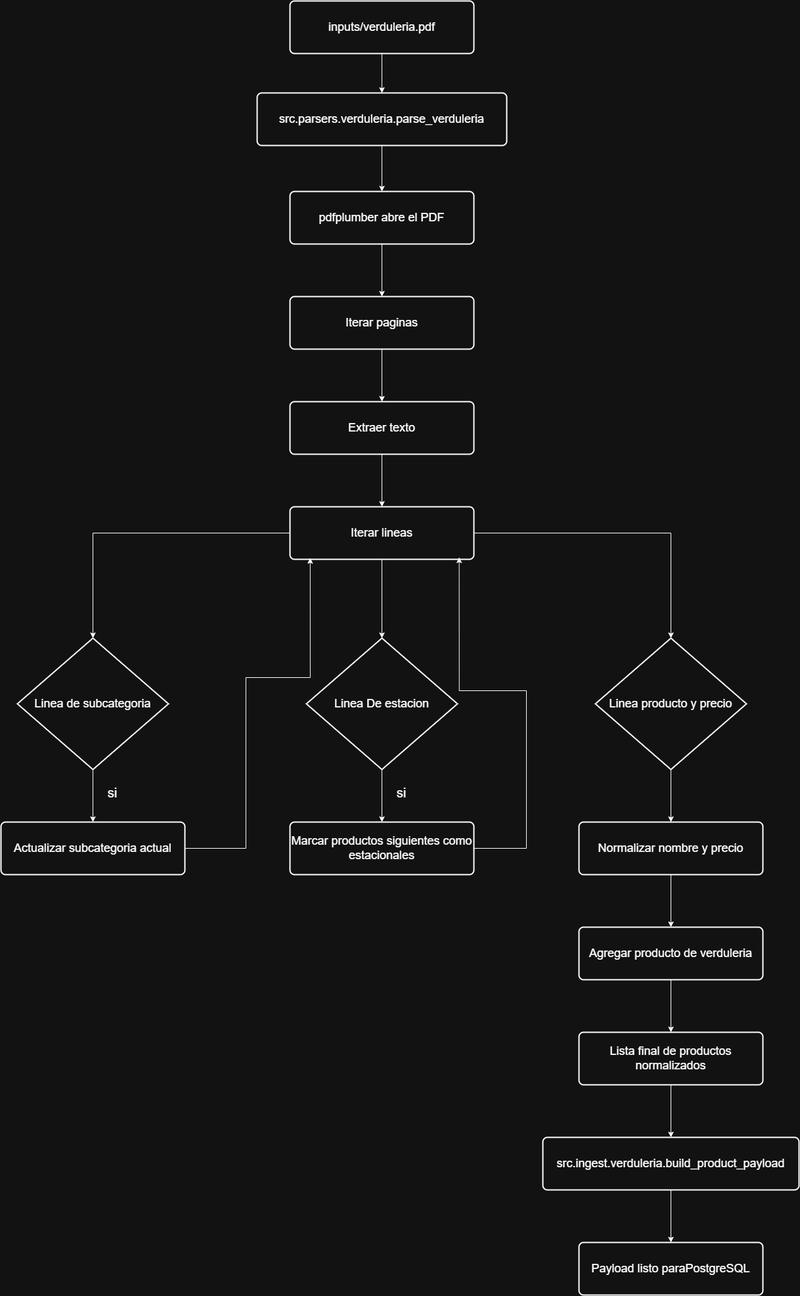
Before: docs/diagrama-de-flujo-verduleria.png, a diagram exported from draw.io (nicolasfoster82/WNS-instancia-evaluativa). Source tidied: cells renumbered, new cells last; positions are measured from the earlier drawing's top-left corner, leaving out a move shared by most shapes.
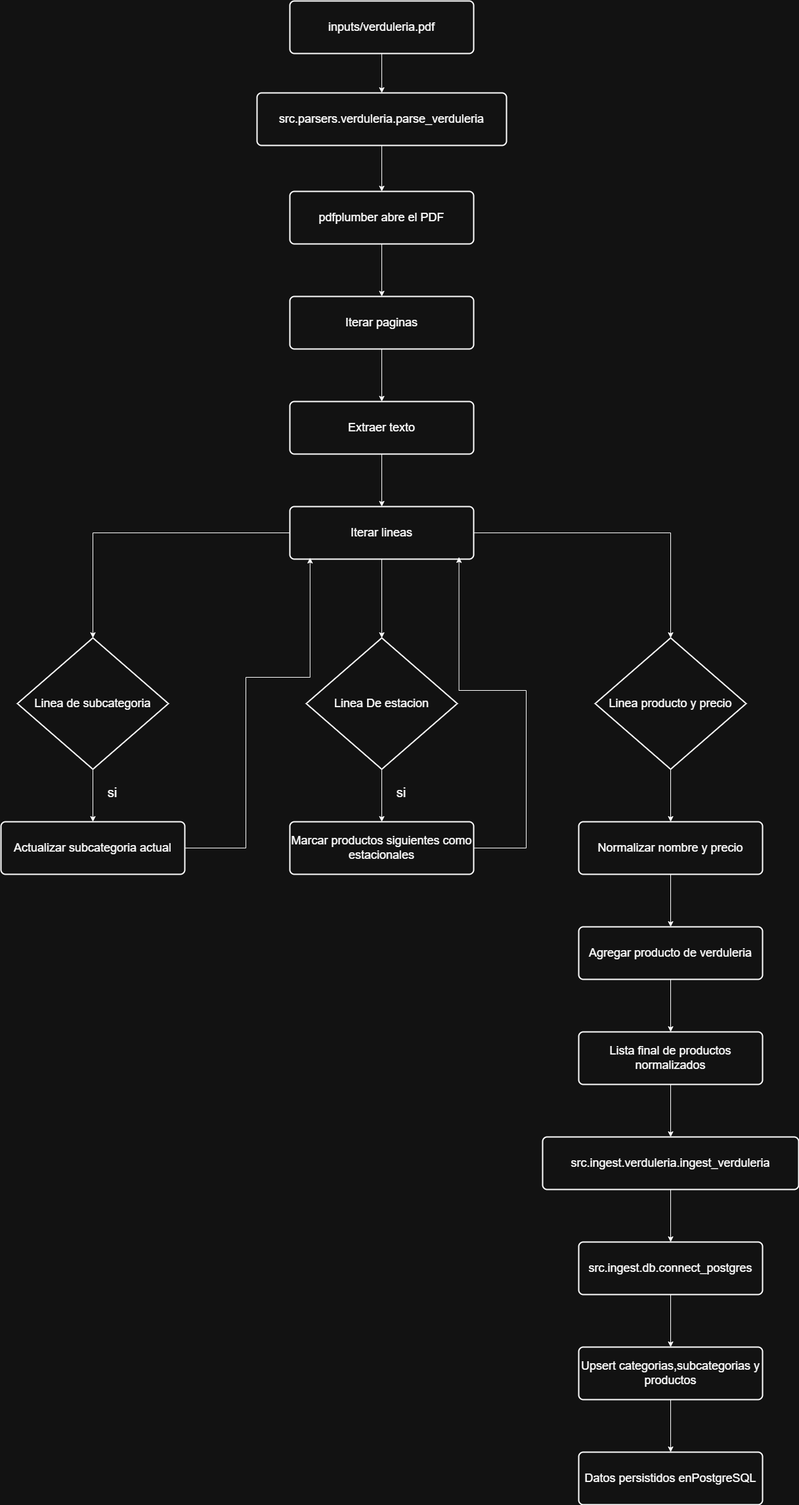
After the change.

Commit message:
Agregar ingesta de verduleria en PostgreSQL

The edit, as a diff of the source:
```diff
@@ -107,10 +107,13 @@
     <mxCell id="32" style="edgeStyle=orthogonalEdgeStyle;rounded=0;jettySize=auto;html=1;" parent="1" edge="1" source="33" target="34">
       <mxGeometry relative="1" as="geometry" />
     </mxCell>
-    <mxCell id="33" value="&lt;div&gt;src.ingest.verduleria.build_product_payload&lt;/div&gt;" style="rounded=1;whiteSpace=wrap;html=1;absoluteArcSize=1;arcSize=14;strokeWidth=2;fontSize=18;" parent="1" vertex="1">
+    <mxCell id="33" value="&lt;div&gt;src.ingest.verduleria.ingest_verduleria&lt;/div&gt;" style="rounded=1;whiteSpace=wrap;html=1;absoluteArcSize=1;arcSize=14;strokeWidth=2;fontSize=18;" parent="1" vertex="1">
       <mxGeometry x="825" y="1730" width="390" height="80" as="geometry" />
     </mxCell>
+    <mxCell id="37" style="edgeStyle=orthogonalEdgeStyle;rounded=0;jettySize=auto;html=1;" parent="1" edge="1" source="34" target="39">
+      <mxGeometry relative="1" as="geometry" />
+    </mxCell>
-    <mxCell id="34" value="&lt;div&gt;Payload listo paraPostgreSQL&lt;/div&gt;" style="rounded=1;whiteSpace=wrap;html=1;absoluteArcSize=1;arcSize=14;strokeWidth=2;fontSize=18;" parent="1" vertex="1">
+    <mxCell id="34" value="&lt;div&gt;src.ingest.db.connect_postgres&lt;/div&gt;" style="rounded=1;whiteSpace=wrap;html=1;absoluteArcSize=1;arcSize=14;strokeWidth=2;fontSize=18;" parent="1" vertex="1">
       <mxGeometry x="880" y="1890" width="280" height="80" as="geometry" />
     </mxCell>
     <mxCell id="35" value="si" style="text;html=1;whiteSpace=wrap;strokeColor=none;fillColor=none;align=center;verticalAlign=middle;rounded=0;fontSize=20;labelBackgroundColor=default;" parent="1" vertex="1">
@@ -119,5 +122,14 @@
     <mxCell id="36" value="si" style="text;html=1;whiteSpace=wrap;strokeColor=none;fillColor=none;align=center;verticalAlign=middle;rounded=0;fontSize=20;labelBackgroundColor=default;" parent="1" vertex="1">
       <mxGeometry x="580" y="1190" width="60" height="30" as="geometry" />
     </mxCell>
+    <mxCell id="38" style="edgeStyle=orthogonalEdgeStyle;rounded=0;jettySize=auto;html=1;" parent="1" edge="1" source="39" target="40">
+      <mxGeometry relative="1" as="geometry" />
+    </mxCell>
+    <mxCell id="39" value="&lt;div&gt;Upsert categorias,subcategorias y productos&lt;/div&gt;" style="rounded=1;whiteSpace=wrap;html=1;absoluteArcSize=1;arcSize=14;strokeWidth=2;fontSize=18;" parent="1" vertex="1">
+      <mxGeometry x="880" y="2050" width="280" height="80" as="geometry" />
+    </mxCell>
+    <mxCell id="40" value="&lt;div&gt;Datos persistidos enPostgreSQL&lt;/div&gt;" style="rounded=1;whiteSpace=wrap;html=1;absoluteArcSize=1;arcSize=14;strokeWidth=2;fontSize=18;" parent="1" vertex="1">
+      <mxGeometry x="880" y="2210" width="280" height="80" as="geometry" />
+    </mxCell>
   </root>
 </mxGraphModel>
```
